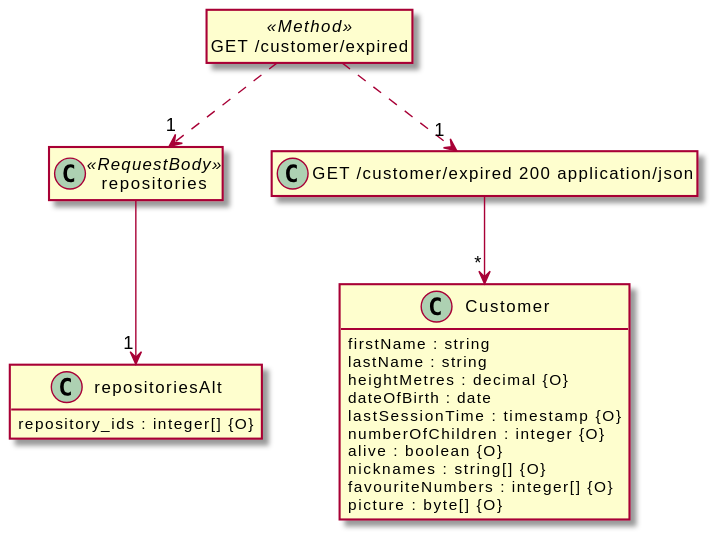
davidmoten/openapi-to-plantuml keeps this PlantUML diagram as src/docs/tests/request-body-ref-ref.puml.svg. Above is the earlier version.
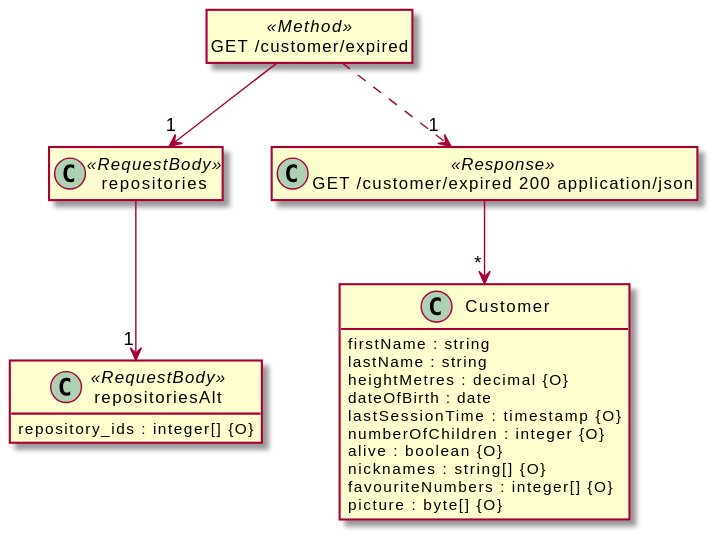
The same file after the commit.

Diff of the diagram source:
```diff
@@ -20,14 +20,14 @@
 class "repositories" <<RequestBody>> {
 }
 
-class "repositoriesAlt" {
+class "repositoriesAlt" <<RequestBody>> {
   repository_ids : integer[] {O}
 }
 
 class "GET /customer/expired" <<Method>> {
 }
 
-class "GET /customer/expired 200 application/json" {
+class "GET /customer/expired 200 application/json" <<Response>> {
 }
 
 "repositories" --> "1" "repositoriesAlt"
@@ -36,6 +36,6 @@
 
 "GET /customer/expired" ..> "1" "GET /customer/expired 200 application/json"
 
-"GET /customer/expired" ..> "1" "repositories"
+"GET /customer/expired" --> "1" "repositories"
 
 @enduml
```
